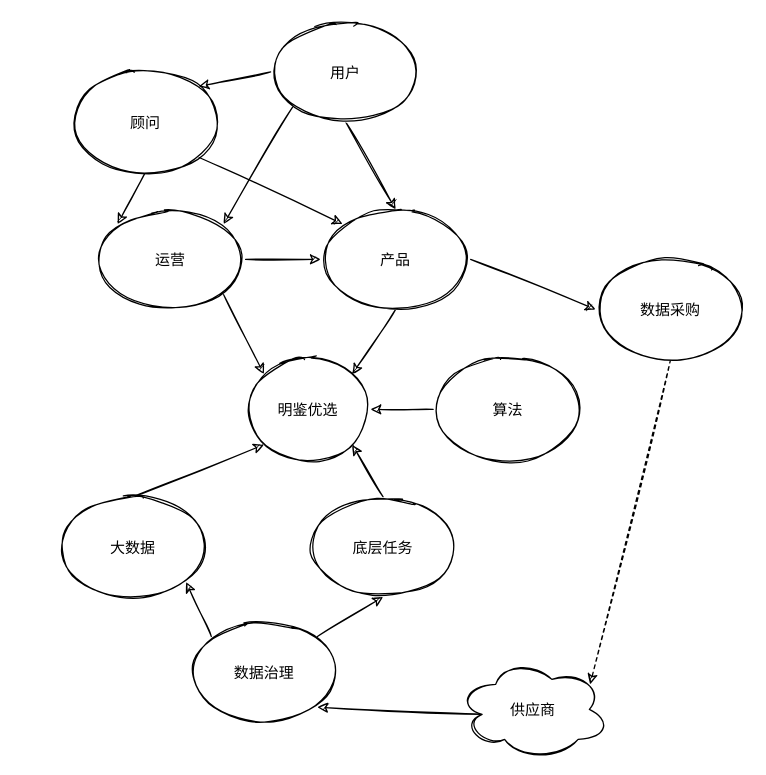
Above: file/上下游依赖.drawio in LLwill/drow.io (draw.io), before the change. Source tidied: cells renumbered, new cells numbered last; positions are measured from the earlier drawing's top-left corner, leaving out a move shared by most shapes. Both pictures are drawn from the tidied source at 125%, with x=0, y=0 at pixel (58, 21).
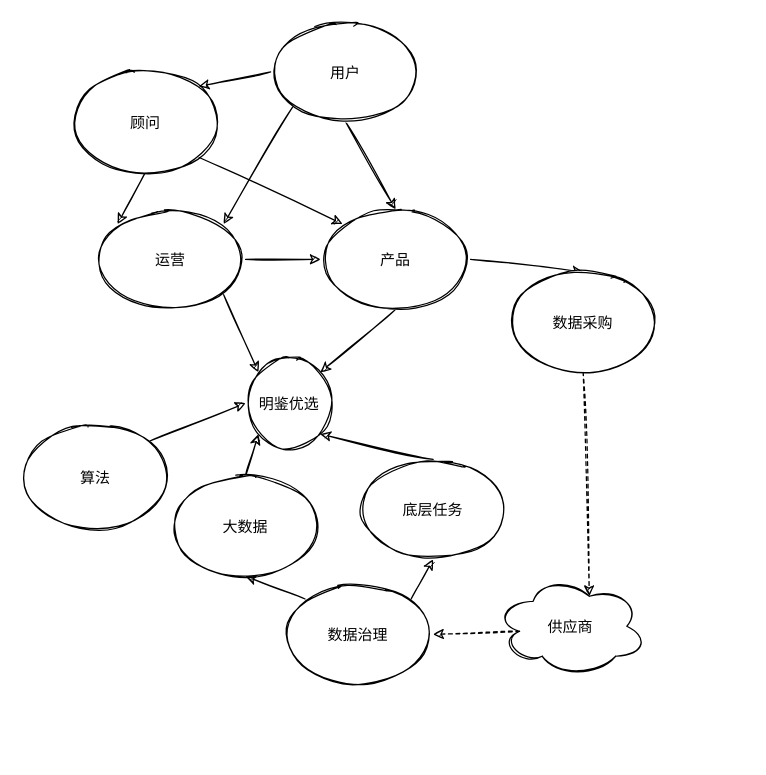
The same diagram, later.

Commit message (it also covers changes not shown here):
更新上下游依赖.drawio

Unchanged cells that the change refers to:
```xml
<mxCell id="8" value="产品" style="ellipse;sketch=1;" parent="1" vertex="1">
  <mxGeometry x="210" y="150" width="120" height="80" as="geometry" />
</mxCell>
```

The edit, as a diff of the source:
```diff
@@
     <mxCell id="2" value="明鉴优选" style="ellipse;sketch=1;" parent="1" vertex="1">
-      <mxGeometry x="150" y="270" width="100" height="80" as="geometry" />
+      <mxGeometry x="150" y="270" width="70" height="70" as="geometry" />
     </mxCell>
@@
-    <mxCell id="7" style="edgeStyle=none;rounded=0;sketch=1;jettySize=auto;exitX=1;exitY=0.5;exitDx=0;exitDy=0;entryX=0;entryY=0.5;entryDx=0;entryDy=0;" parent="1" edge="1" source="8" target="21">
+    <mxCell id="7" style="edgeStyle=none;rounded=0;sketch=1;jettySize=auto;exitX=1;exitY=0.5;exitDx=0;exitDy=0;entryX=0.5;entryY=0;entryDx=0;entryDy=0;" parent="1" edge="1" source="8" target="21">
       <mxGeometry relative="1" as="geometry" />
     </mxCell>
@@
-    <mxCell id="9" style="edgeStyle=none;rounded=0;sketch=1;jettySize=auto;exitX=0;exitY=0.5;exitDx=0;exitDy=0;entryX=1;entryY=0.5;entryDx=0;entryDy=0;" parent="1" edge="1" source="10" target="2">
+    <mxCell id="9" style="edgeStyle=none;rounded=0;sketch=1;jettySize=auto;exitX=1;exitY=0;exitDx=0;exitDy=0;entryX=0;entryY=0.5;entryDx=0;entryDy=0;" parent="1" edge="1" source="10" target="2">
       <mxGeometry relative="1" as="geometry" />
     </mxCell>
     <mxCell id="10" value="算法" style="ellipse;sketch=1;" parent="1" vertex="1">
-      <mxGeometry x="300" y="270" width="120" height="80" as="geometry" />
+      <mxGeometry x="-30" y="324" width="120" height="80" as="geometry" />
     </mxCell>
@@
     <mxCell id="12" value="底层任务" style="ellipse;sketch=1;" parent="1" vertex="1">
-      <mxGeometry x="200" y="380" width="120" height="80" as="geometry" />
+      <mxGeometry x="240" y="350" width="120" height="80" as="geometry" />
     </mxCell>
-    <mxCell id="13" style="edgeStyle=none;rounded=0;sketch=1;jettySize=auto;exitX=0;exitY=0;exitDx=0;exitDy=0;entryX=1;entryY=1;entryDx=0;entryDy=0;" parent="1" edge="1" source="15" target="17">
+    <mxCell id="13" style="edgeStyle=none;rounded=0;sketch=1;jettySize=auto;exitX=0;exitY=0;exitDx=0;exitDy=0;entryX=0.5;entryY=1;entryDx=0;entryDy=0;" parent="1" edge="1" source="15" target="17">
       <mxGeometry relative="1" as="geometry" />
     </mxCell>
@@
     <mxCell id="15" value="数据治理" style="ellipse;sketch=1;" parent="1" vertex="1">
-      <mxGeometry x="105" y="480" width="120" height="80" as="geometry" />
+      <mxGeometry x="180" y="450" width="120" height="80" as="geometry" />
     </mxCell>
@@
     <mxCell id="17" value="大数据" style="ellipse;sketch=1;" parent="1" vertex="1">
-      <mxGeometry y="380" width="120" height="80" as="geometry" />
+      <mxGeometry x="90" y="363.5" width="120" height="80" as="geometry" />
     </mxCell>
-    <mxCell id="18" style="edgeStyle=none;rounded=0;sketch=1;jettySize=auto;exitX=0.16;exitY=0.55;exitDx=0;exitDy=0;exitPerimeter=0;entryX=1;entryY=1;entryDx=0;entryDy=0;" parent="1" edge="1" source="19" target="15">
+    <mxCell id="18" style="edgeStyle=none;rounded=0;sketch=1;jettySize=auto;exitX=0.16;exitY=0.55;exitDx=0;exitDy=0;exitPerimeter=0;entryX=1;entryY=0.5;entryDx=0;entryDy=0;dashed=1;" parent="1" edge="1" source="19" target="15">
       <mxGeometry relative="1" as="geometry" />
     </mxCell>
     <mxCell id="19" value="供应商" style="ellipse;shape=cloud;sketch=1;" parent="1" vertex="1">
-      <mxGeometry x="320" y="510" width="120" height="80" as="geometry" />
+      <mxGeometry x="350" y="443.5" width="120" height="80" as="geometry" />
     </mxCell>
-    <mxCell id="20" style="edgeStyle=none;rounded=0;sketch=1;jettySize=auto;exitX=0.5;exitY=1;exitDx=0;exitDy=0;entryX=0.88;entryY=0.25;entryDx=0;entryDy=0;entryPerimeter=0;dashed=1;" parent="1" edge="1" source="21" target="19">
+    <mxCell id="20" style="edgeStyle=none;rounded=0;sketch=1;jettySize=auto;exitX=0.5;exitY=1;exitDx=0;exitDy=0;entryX=0.625;entryY=0.2;entryDx=0;entryDy=0;entryPerimeter=0;dashed=1;" parent="1" edge="1" source="21" target="19">
       <mxGeometry relative="1" as="geometry" />
     </mxCell>
     <mxCell id="21" value="数据采购" style="ellipse;sketch=1;" parent="1" vertex="1">
-      <mxGeometry x="430" y="190" width="120" height="80" as="geometry" />
+      <mxGeometry x="360" y="200" width="120" height="80" as="geometry" />
     </mxCell>
```
